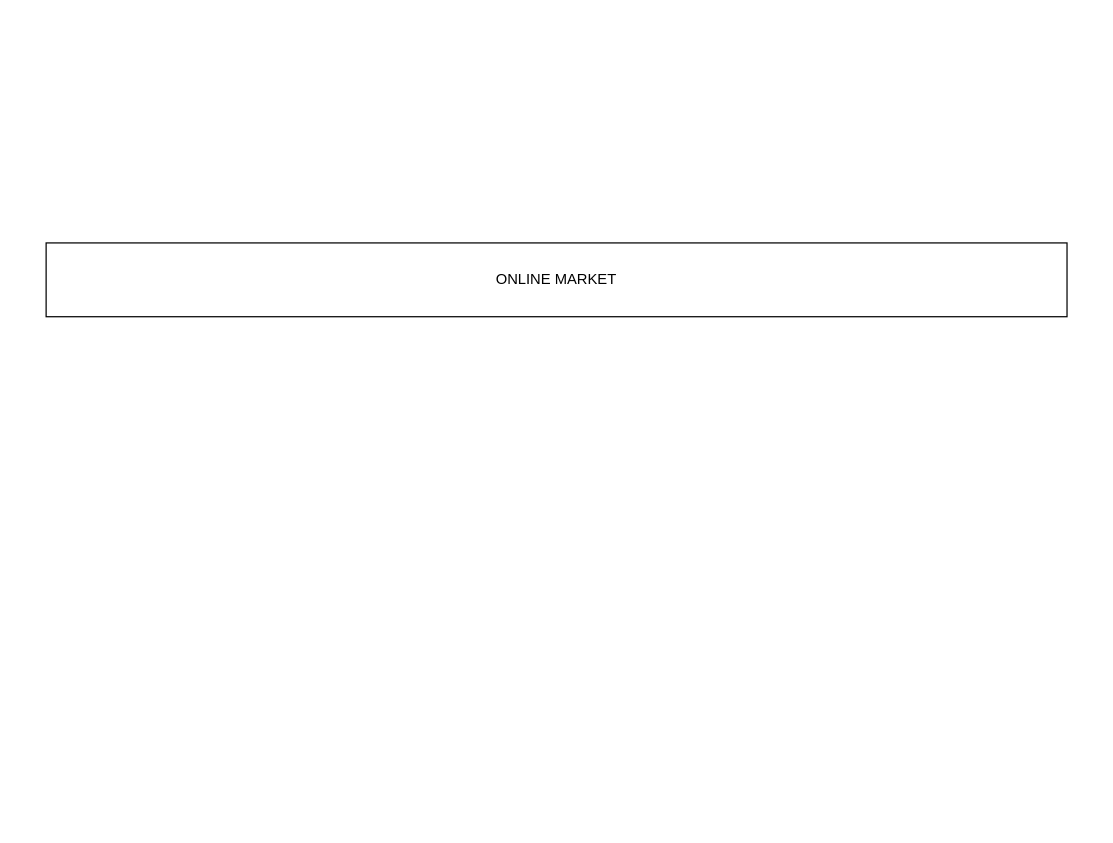
idrok-net/db-scheme keeps this draw.io diagram as sxema.drawio. Above is the earlier version. Source tidied: cells renumbered, new cells numbered last; positions are measured from the earlier drawing's top-left corner, leaving out a move shared by most shapes. Both pictures are drawn from the tidied source at 123%, with x=0, y=0 at pixel (46, 242).
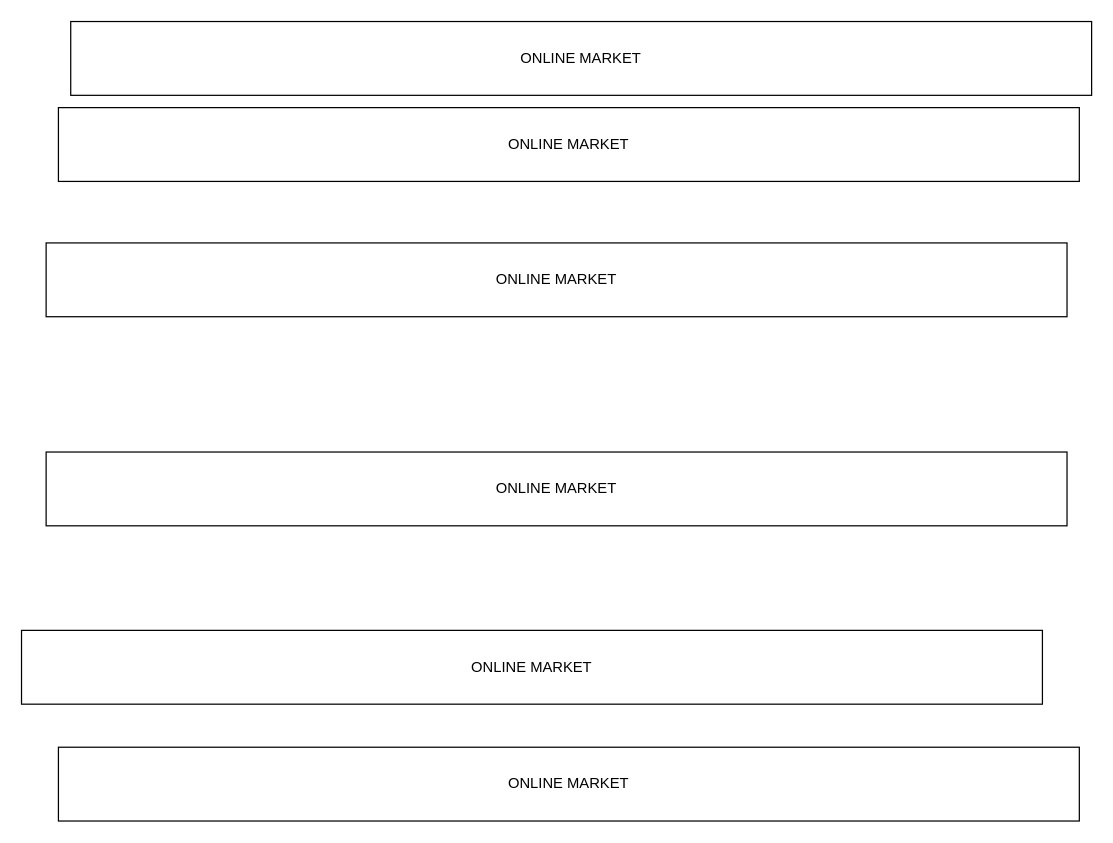
The same diagram, later.

What changed in the source:
```diff
@@
 <mxGraphModel>
   <root>
     <mxCell id="0" />
     <mxCell id="1" parent="0" />
     <mxCell id="2" value="ONLINE MARKET" style="rounded=0;whiteSpace=wrap;html=1;" parent="1" vertex="1">
       <mxGeometry width="830" height="60" as="geometry" />
     </mxCell>
+    <mxCell id="3" value="ONLINE MARKET" style="rounded=0;whiteSpace=wrap;html=1;" parent="1" vertex="1">
+      <mxGeometry x="10" y="-110" width="830" height="60" as="geometry" />
+    </mxCell>
+    <mxCell id="4" value="ONLINE MARKET" style="rounded=0;whiteSpace=wrap;html=1;" parent="1" vertex="1">
+      <mxGeometry x="10" y="410" width="830" height="60" as="geometry" />
+    </mxCell>
+    <mxCell id="5" value="ONLINE MARKET" style="rounded=0;whiteSpace=wrap;html=1;" parent="1" vertex="1">
+      <mxGeometry y="170" width="830" height="60" as="geometry" />
+    </mxCell>
+    <mxCell id="6" value="ONLINE MARKET" style="rounded=0;whiteSpace=wrap;html=1;" parent="1" vertex="1">
+      <mxGeometry x="-20" y="315" width="830" height="60" as="geometry" />
+    </mxCell>
+    <mxCell id="7" value="ONLINE MARKET" style="rounded=0;whiteSpace=wrap;html=1;" parent="1" vertex="1">
+      <mxGeometry x="20" y="-180" width="830" height="60" as="geometry" />
+    </mxCell>
   </root>
 </mxGraphModel>
```
